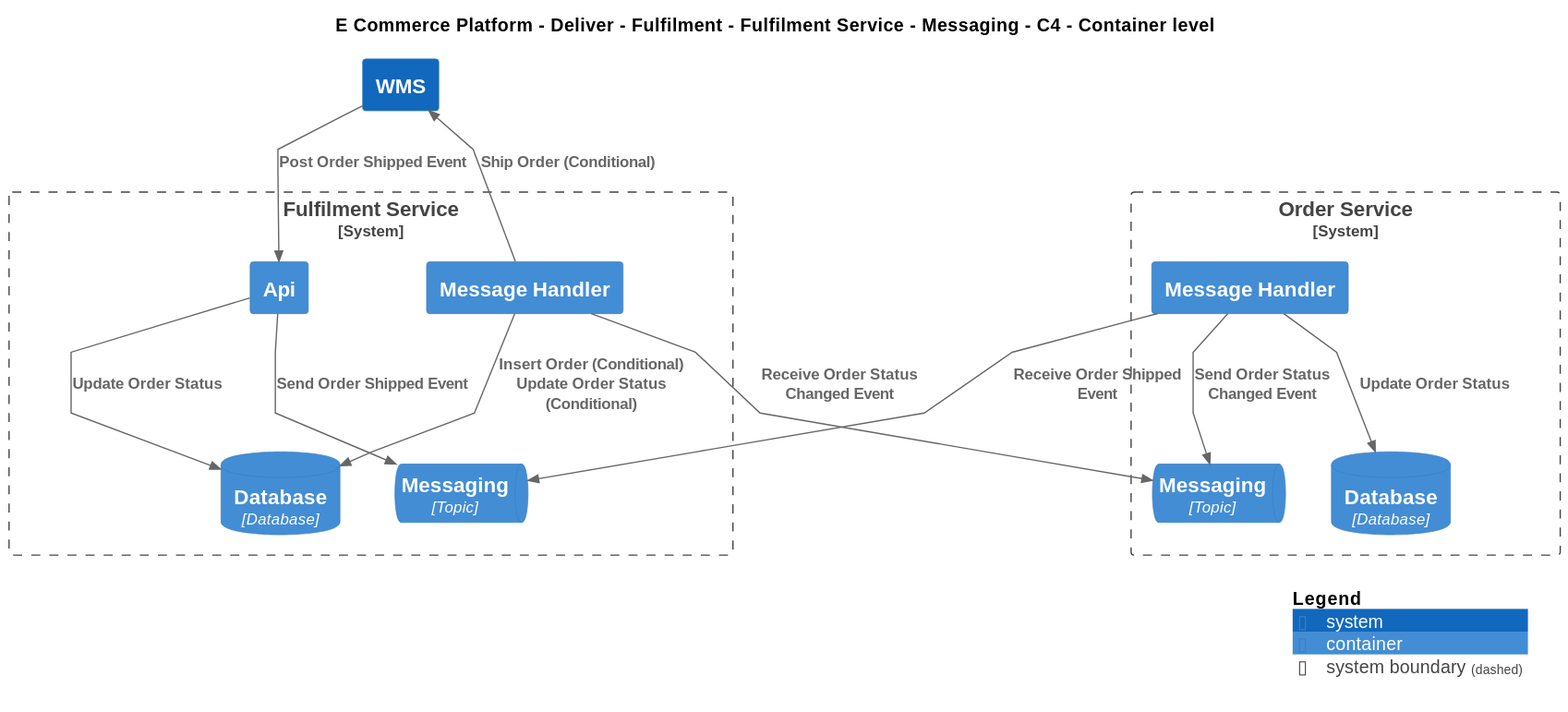
This is Samples/E-Commerce Platform/Yaml/Diagrams/E Commerce Platform/Views/Messaging/Deliver/Fulfilment/Software Systems/Fulfilment Service/Containers/Messaging/Container - C4.svg from mnadenysenko/C4InterFlow, a PlantUML export, as it was before one commit.
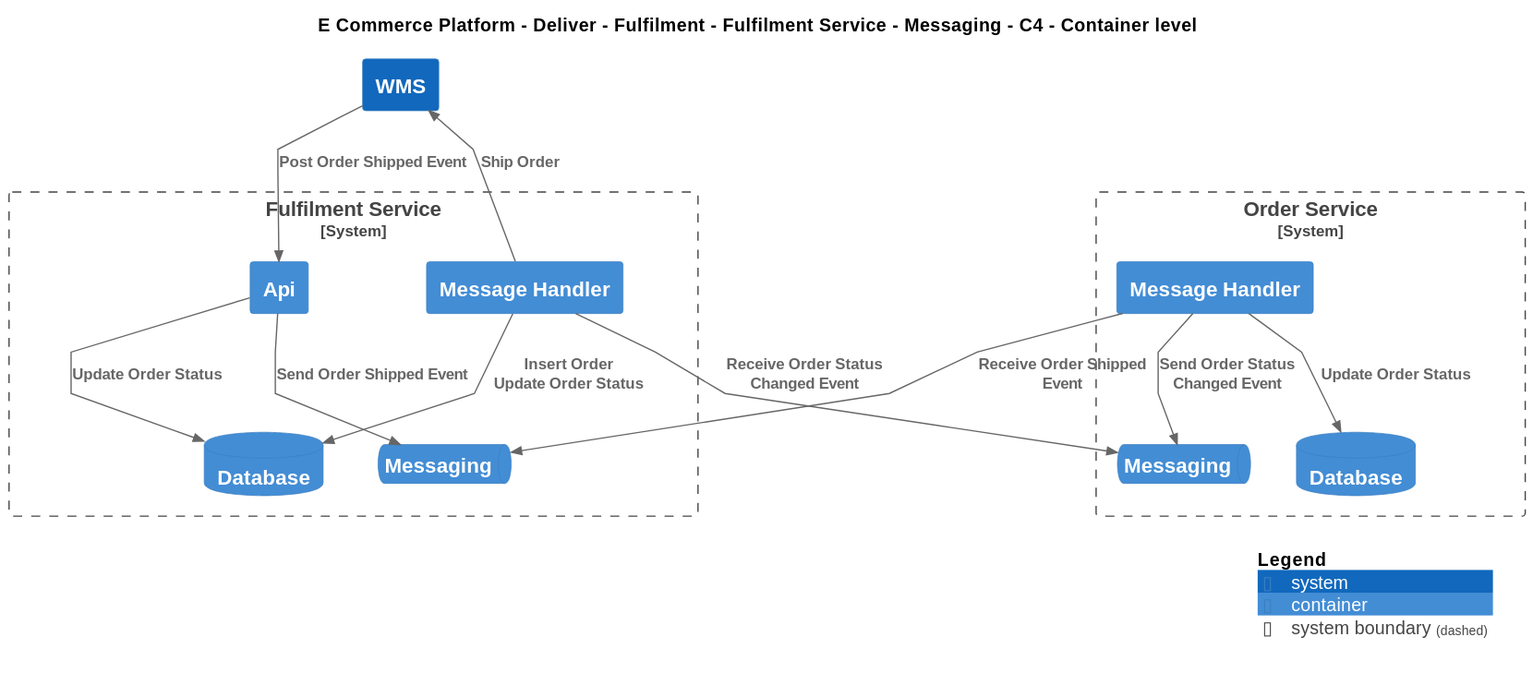
Above is the later version.

Change to the diagram source:
```diff
@@ -19,21 +19,21 @@
 
 System_Boundary(ECommercePlatform.Deliver.Fulfilment.SoftwareSystems.FulfilmentService, "Fulfilment Service") {
     Container(ECommercePlatform.Deliver.Fulfilment.SoftwareSystems.FulfilmentService.Containers.MessageHandler, "Message Handler", "", "")
-    ContainerDb(ECommercePlatform.Deliver.Fulfilment.SoftwareSystems.FulfilmentService.Containers.Database, "Database", "Database", "")
+    ContainerDb(ECommercePlatform.Deliver.Fulfilment.SoftwareSystems.FulfilmentService.Containers.Database, "Database", "", "")
     Container(ECommercePlatform.Deliver.Fulfilment.SoftwareSystems.FulfilmentService.Containers.Api, "Api", "", "")
-    ContainerQueue(ECommercePlatform.Deliver.Fulfilment.SoftwareSystems.FulfilmentService.Containers.Messaging, "Messaging", "Topic", "")
+    ContainerQueue(ECommercePlatform.Deliver.Fulfilment.SoftwareSystems.FulfilmentService.Containers.Messaging, "Messaging", "", "")
 }
 
 System_Boundary(ECommercePlatform.GenerateDemand.OrderManagement.SoftwareSystems.OrderService, "Order Service") {
-    ContainerQueue(ECommercePlatform.GenerateDemand.OrderManagement.SoftwareSystems.OrderService.Containers.Messaging, "Messaging", "Topic", "")
+    ContainerQueue(ECommercePlatform.GenerateDemand.OrderManagement.SoftwareSystems.OrderService.Containers.Messaging, "Messaging", "", "")
     Container(ECommercePlatform.GenerateDemand.OrderManagement.SoftwareSystems.OrderService.Containers.MessageHandler, "Message Handler", "", "")
-    ContainerDb(ECommercePlatform.GenerateDemand.OrderManagement.SoftwareSystems.OrderService.Containers.Database, "Database", "Database", "")
+    ContainerDb(ECommercePlatform.GenerateDemand.OrderManagement.SoftwareSystems.OrderService.Containers.Database, "Database", "", "")
 }
 System(ECommercePlatform.Deliver.Fulfilment.SoftwareSystems.WMS, "WMS", "")
 
 Rel(ECommercePlatform.Deliver.Fulfilment.SoftwareSystems.FulfilmentService.Containers.MessageHandler, ECommercePlatform.GenerateDemand.OrderManagement.SoftwareSystems.OrderService.Containers.Messaging, "Receive Order Status Changed Event")
-Rel(ECommercePlatform.Deliver.Fulfilment.SoftwareSystems.FulfilmentService.Containers.MessageHandler, ECommercePlatform.Deliver.Fulfilment.SoftwareSystems.FulfilmentService.Containers.Database, "Insert Order (Conditional)\nUpdate Order Status (Conditional)")
-Rel(ECommercePlatform.Deliver.Fulfilment.SoftwareSystems.FulfilmentService.Containers.MessageHandler, ECommercePlatform.Deliver.Fulfilment.SoftwareSystems.WMS, "Ship Order (Conditional)")
+Rel(ECommercePlatform.Deliver.Fulfilment.SoftwareSystems.FulfilmentService.Containers.MessageHandler, ECommercePlatform.Deliver.Fulfilment.SoftwareSystems.FulfilmentService.Containers.Database, "Insert Order\nUpdate Order Status")
+Rel(ECommercePlatform.Deliver.Fulfilment.SoftwareSystems.FulfilmentService.Containers.MessageHandler, ECommercePlatform.Deliver.Fulfilment.SoftwareSystems.WMS, "Ship Order")
 Rel(ECommercePlatform.Deliver.Fulfilment.SoftwareSystems.WMS, ECommercePlatform.Deliver.Fulfilment.SoftwareSystems.FulfilmentService.Containers.Api, "Post Order Shipped Event")
 Rel(ECommercePlatform.Deliver.Fulfilment.SoftwareSystems.FulfilmentService.Containers.Api, ECommercePlatform.Deliver.Fulfilment.SoftwareSystems.FulfilmentService.Containers.Database, "Update Order Status")
 Rel(ECommercePlatform.Deliver.Fulfilment.SoftwareSystems.FulfilmentService.Containers.Api, ECommercePlatform.Deliver.Fulfilment.SoftwareSystems.FulfilmentService.Containers.Messaging, "Send Order Shipped Event")
```
